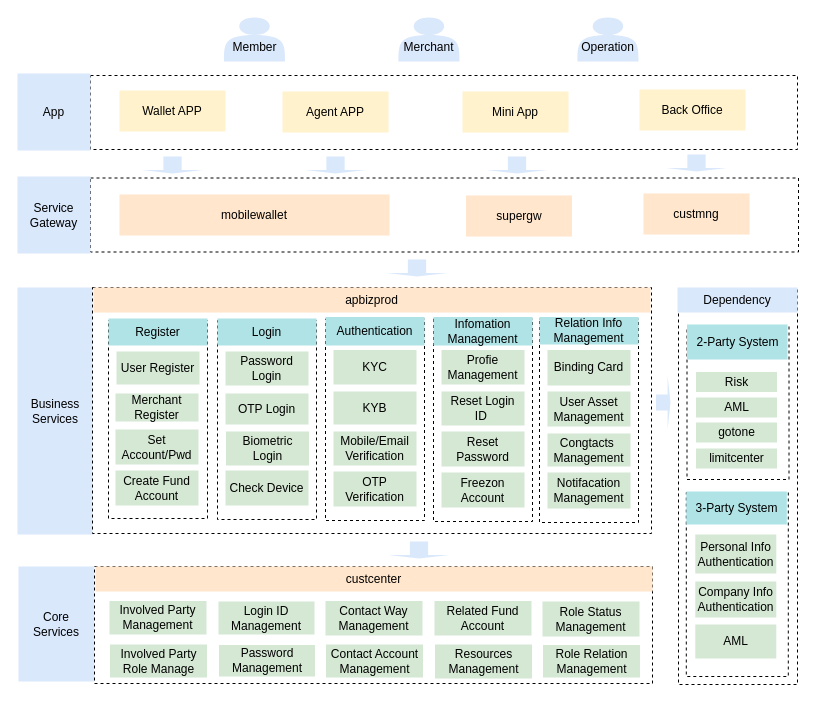
Above: page "架构-英文" (3 of 18) of 会员账户.drawio in renqiuming/drawio (draw.io), before the change. Source tidied: cells renumbered, new cells numbered last; positions are measured from the earlier drawing's top-left corner, leaving out a move shared by most shapes. Both pictures are drawn from the tidied source at 100%, with x=0, y=0 at pixel (17, 17).
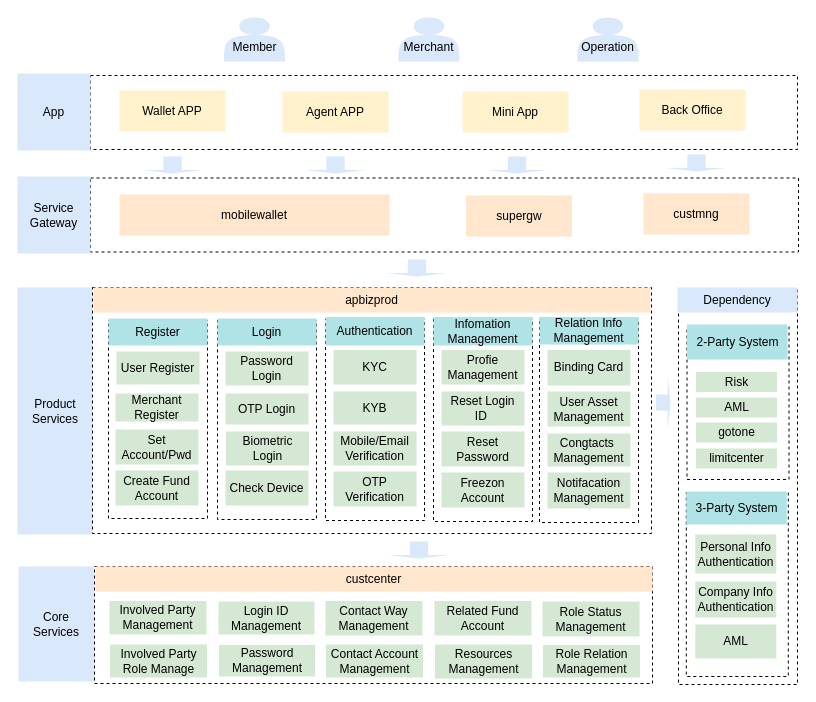
Above is the later version.

The edit, as a diff of the source:
```diff
@@
-    <mxCell id="15" value="Business&lt;br&gt;Services" style="rounded=0;whiteSpace=wrap;html=1;fillColor=#dae8fc;strokeColor=none;" parent="1" vertex="1">
+    <mxCell id="15" value="Product&lt;br&gt;Services" style="rounded=0;whiteSpace=wrap;html=1;fillColor=#dae8fc;strokeColor=none;" parent="1" vertex="1">
       <mxGeometry y="270" width="76" height="247" as="geometry" />
     </mxCell>
```
